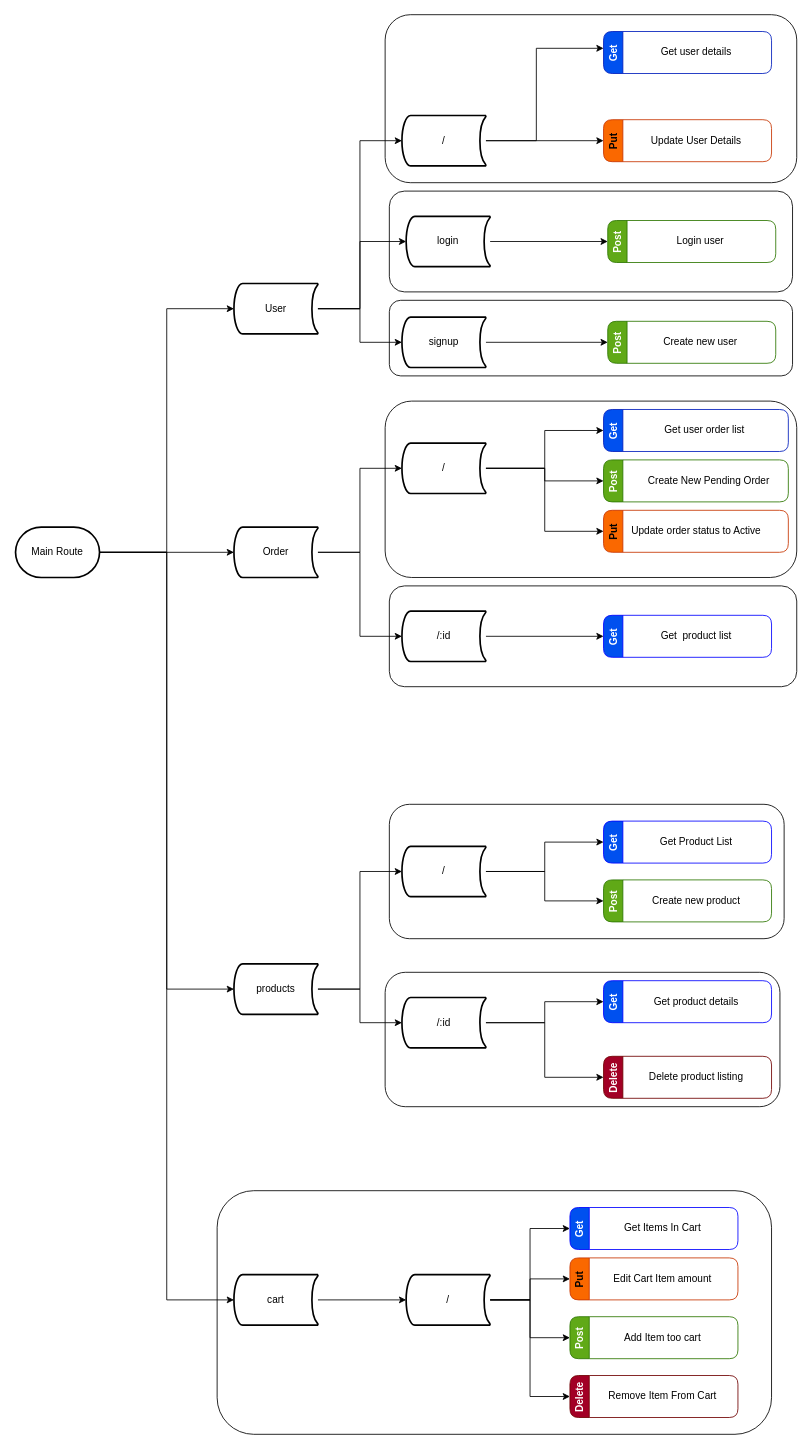
XsAndre-L/Storefront-Backend---Express keeps this draw.io diagram as docs/Endpoint Mapping.drawio. Above is the earlier version. Source tidied: cells renumbered, new cells numbered last; positions are measured from the earlier drawing's top-left corner, leaving out a move shared by most shapes. Both pictures are drawn from the tidied source at 84%, with x=0, y=0 at pixel (15, 14).
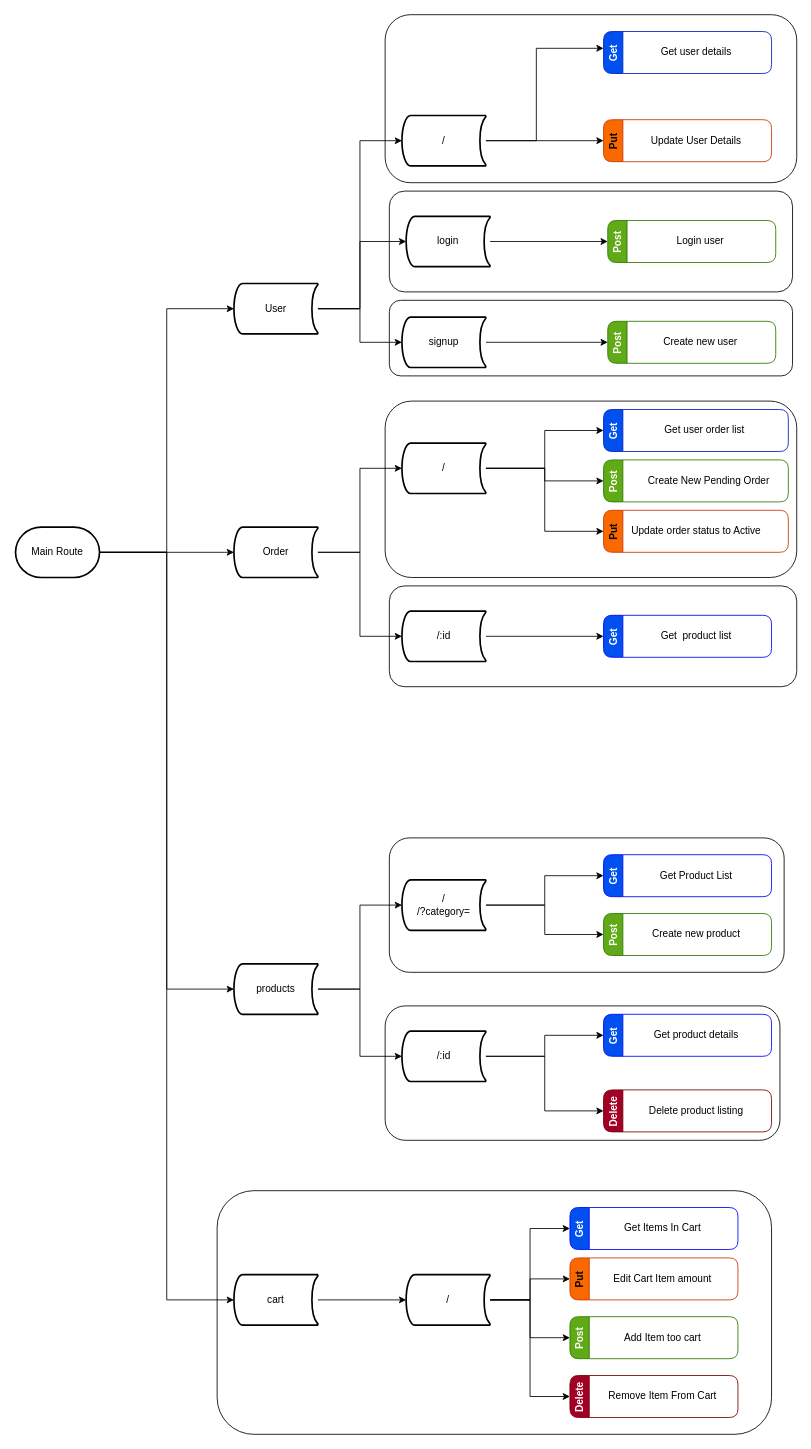
The same diagram, later.

The change refers to these unchanged cells:
```xml
<mxCell id="24" value="products" style="strokeWidth=2;html=1;shape=mxgraph.flowchart.stored_data;whiteSpace=wrap;" parent="1" vertex="1">
  <mxGeometry x="260" y="1130" width="100" height="60" as="geometry" />
</mxCell>
```

What changed in the source:
```diff
@@
     <mxCell id="3" style="rounded=1;whiteSpace=wrap;html=1;" parent="1" vertex="1">
-      <mxGeometry x="440" y="1140" width="470" height="160" as="geometry" />
+      <mxGeometry x="440" y="1180" width="470" height="160" as="geometry" />
     </mxCell>
     <mxCell id="4" style="rounded=1;whiteSpace=wrap;html=1;" parent="1" vertex="1">
-      <mxGeometry x="445" y="940" width="470" height="160" as="geometry" />
+      <mxGeometry x="445" y="980" width="470" height="160" as="geometry" />
     </mxCell>
@@
     <mxCell id="22" style="edgeStyle=orthogonalEdgeStyle;rounded=0;jettySize=auto;html=1;" parent="1" edge="1" source="24" target="31">
       <mxGeometry relative="1" as="geometry">
         <Array as="points">
           <mxPoint x="410" y="1160" />
-          <mxPoint x="410" y="1020" />
+          <mxPoint x="410" y="1060" />
         </Array>
       </mxGeometry>
     </mxCell>
     <mxCell id="23" style="edgeStyle=orthogonalEdgeStyle;rounded=0;jettySize=auto;html=1;" parent="1" edge="1" source="24" target="57">
-      <mxGeometry relative="1" as="geometry" />
+      <mxGeometry relative="1" as="geometry">
+        <Array as="points">
+          <mxPoint x="410" y="1160" />
+          <mxPoint x="410" y="1240" />
+        </Array>
+      </mxGeometry>
     </mxCell>
@@
-    <mxCell id="31" value="/" style="strokeWidth=2;html=1;shape=mxgraph.flowchart.stored_data;whiteSpace=wrap;" parent="1" vertex="1">
-      <mxGeometry x="460" y="990" width="100" height="60" as="geometry" />
+    <mxCell id="31" value="/&lt;br&gt;/?category=" style="strokeWidth=2;html=1;shape=mxgraph.flowchart.stored_data;whiteSpace=wrap;" parent="1" vertex="1">
+      <mxGeometry x="460" y="1030" width="100" height="60" as="geometry" />
     </mxCell>
@@
     <mxCell id="57" value="/:id" style="strokeWidth=2;html=1;shape=mxgraph.flowchart.stored_data;whiteSpace=wrap;" parent="1" vertex="1">
-      <mxGeometry x="460" y="1170" width="100" height="60" as="geometry" />
+      <mxGeometry x="460" y="1210" width="100" height="60" as="geometry" />
     </mxCell>
     <mxCell id="58" value="Delete" style="swimlane;horizontal=0;fillColor=#a20025;fontColor=#ffffff;strokeColor=#6F0000;startSize=23;rounded=1;" parent="1" vertex="1">
-      <mxGeometry x="700" y="1240" width="200" height="50" as="geometry" />
+      <mxGeometry x="700" y="1280" width="200" height="50" as="geometry" />
     </mxCell>
@@
     <mxCell id="60" value="Get" style="swimlane;horizontal=0;fillColor=#0050ef;fontColor=#ffffff;strokeColor=#0000FF;rounded=1;" parent="1" vertex="1">
-      <mxGeometry x="700" y="960" width="200" height="50" as="geometry" />
+      <mxGeometry x="700" y="1000" width="200" height="50" as="geometry" />
     </mxCell>
@@
     <mxCell id="62" value="Post" style="swimlane;horizontal=0;fillColor=#60a917;fontColor=#ffffff;strokeColor=#2D7600;startSize=23;rounded=1;" parent="1" vertex="1">
-      <mxGeometry x="700" y="1030" width="200" height="50" as="geometry" />
+      <mxGeometry x="700" y="1070" width="200" height="50" as="geometry" />
     </mxCell>
@@
     <mxCell id="81" value="Get" style="swimlane;horizontal=0;fillColor=#0050ef;fontColor=#ffffff;strokeColor=#0000FF;rounded=1;" parent="1" vertex="1">
-      <mxGeometry x="700" y="1150" width="200" height="50" as="geometry" />
+      <mxGeometry x="700" y="1190" width="200" height="50" as="geometry" />
     </mxCell>
```
